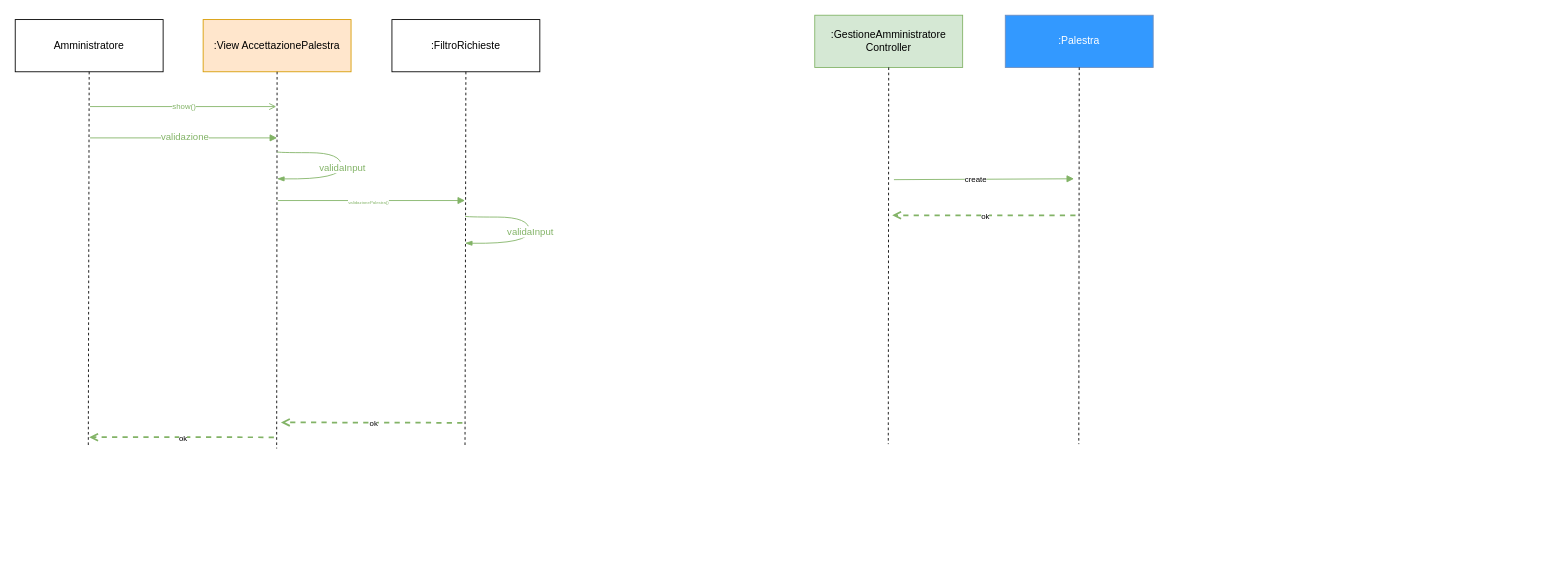
Above: Diagrammi_Sequenza/Accettazione_Palestra.drawio in JosephBoom02/Progetto_Ingegneria_del_Software (draw.io), before the change. Source tidied: cells renumbered, new cells numbered last; positions are measured from the earlier drawing's top-left corner, leaving out a move shared by most shapes. Both pictures are drawn from the tidied source at 87%, with x=0, y=0 at pixel (15, 15).
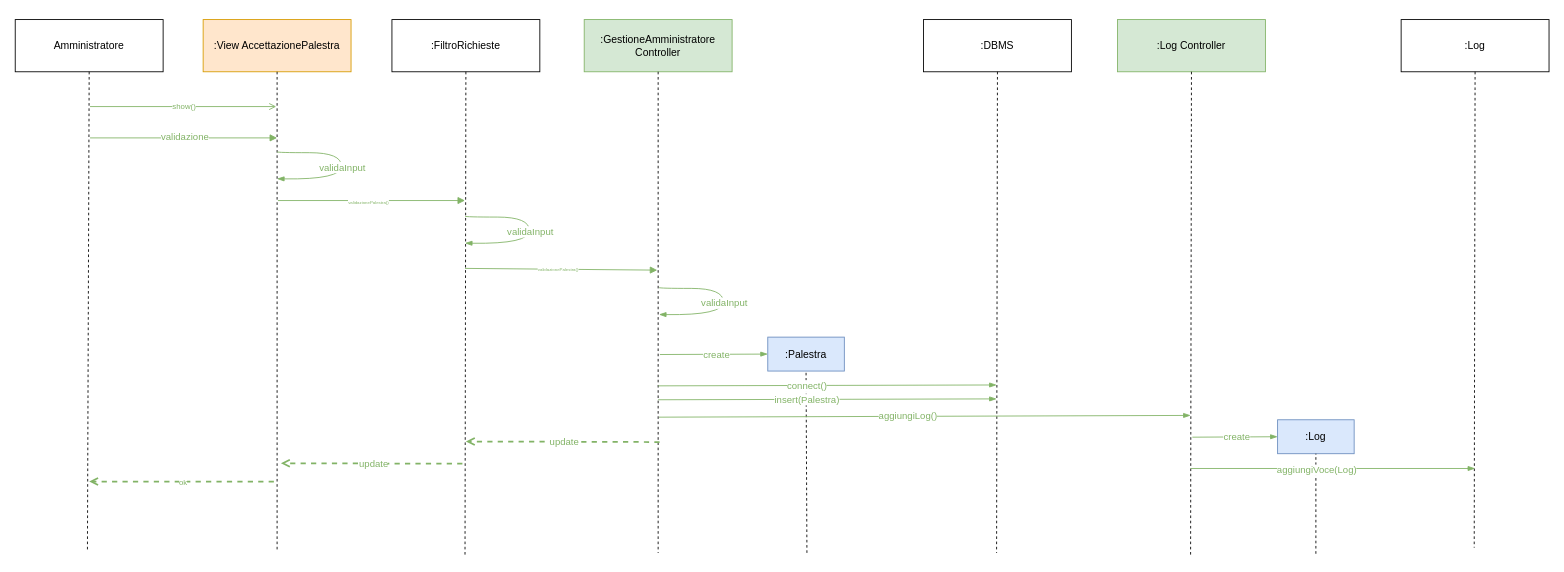
The same diagram, later.

Unchanged cells that the change refers to:
```xml
<mxCell id="2" value=":View AccettazionePalestra" style="rounded=0;whiteSpace=wrap;html=1;fillColor=#ffe6cc;strokeColor=#d79b00;" parent="1" vertex="1">
  <mxGeometry x="216" y="5" width="170" height="60" as="geometry" />
</mxCell>
<mxCell id="3" value="Amministratore" style="rounded=0;whiteSpace=wrap;html=1;" parent="1" vertex="1">
  <mxGeometry y="5" width="170" height="60" as="geometry" />
</mxCell>
<mxCell id="26" value=":FiltroRichieste" style="rounded=0;whiteSpace=wrap;html=1;" parent="1" vertex="1">
  <mxGeometry x="433" y="5" width="170" height="60" as="geometry" />
</mxCell>
```

Change to the diagram source:
```diff
@@
     <mxCell id="4" value=":GestioneAmministratore Controller" style="rounded=0;whiteSpace=wrap;html=1;fillColor=#d5e8d4;strokeColor=#82b366;" parent="1" vertex="1">
-      <mxGeometry x="919" width="170" height="60" as="geometry" />
+      <mxGeometry x="654" y="5" width="170" height="60" as="geometry" />
     </mxCell>
     <mxCell id="5" style="endArrow=none;dashed=1;html=1;rounded=0;exitX=0.5;exitY=1;exitDx=0;exitDy=0;" parent="1" edge="1" source="3">
       <mxGeometry relative="1" as="geometry">
-        <mxPoint x="84" y="494" as="targetPoint" />
+        <mxPoint x="83" y="616" as="targetPoint" />
       </mxGeometry>
     </mxCell>
     <mxCell id="6" style="endArrow=none;dashed=1;html=1;rounded=0;exitX=0.5;exitY=1;exitDx=0;exitDy=0;" parent="1" edge="1" source="2">
       <mxGeometry relative="1" as="geometry">
-        <mxPoint x="300.5" y="498" as="targetPoint" />
+        <mxPoint x="301" y="617" as="targetPoint" />
       </mxGeometry>
     </mxCell>
     <mxCell id="7" style="endArrow=none;dashed=1;html=1;rounded=0;exitX=0.5;exitY=1;exitDx=0;exitDy=0;" parent="1" edge="1" source="4">
       <mxGeometry relative="1" as="geometry">
-        <mxPoint x="1003.5" y="493" as="targetPoint" />
+        <mxPoint x="739" y="618" as="targetPoint" />
       </mxGeometry>
     </mxCell>
@@
-    <mxCell id="14" style="endArrow=block;html=1;rounded=0;endFill=1;fillColor=#d5e8d4;strokeColor=#82b366;exitX=0.5;exitY=0;exitDx=0;exitDy=0;" parent="1" edge="1">
-      <mxGeometry relative="1" as="geometry">
-        <mxPoint x="1010" y="189" as="sourcePoint" />
-        <mxPoint x="1217" y="188" as="targetPoint" />
-      </mxGeometry>
-    </mxCell>
-    <mxCell id="15" value="&lt;font style=&quot;font-size: 9px;&quot;&gt;create&lt;/font&gt;" style="edgeLabel;html=1;align=center;verticalAlign=middle;" parent="14" vertex="1">
-      <mxGeometry x="-0.09" y="1" relative="1" as="geometry" />
-    </mxCell>
-    <mxCell id="16" value="&lt;font color=&quot;#ffffff&quot;&gt;:Palestra&lt;/font&gt;" style="rounded=0;whiteSpace=wrap;html=1;fillColor=#3399FF;strokeColor=#6c8ebf;" parent="1" vertex="1">
-      <mxGeometry x="1138" width="170" height="60" as="geometry" />
-    </mxCell>
-    <mxCell id="17" style="endArrow=none;dashed=1;html=1;rounded=0;exitX=0.5;exitY=1;exitDx=0;exitDy=0;" parent="1" edge="1" source="16">
-      <mxGeometry relative="1" as="geometry">
-        <mxPoint x="1222.5" y="493" as="targetPoint" />
-      </mxGeometry>
-    </mxCell>
-    <mxCell id="18" style="endArrow=open;dashed=1;html=1;strokeWidth=2;rounded=0;fillColor=#d5e8d4;strokeColor=#82b366;endFill=0;exitX=0.679;exitY=0.933;exitDx=0;exitDy=0;exitPerimeter=0;" parent="1" edge="1">
-      <mxGeometry relative="1" as="geometry">
-        <mxPoint x="1218.7" y="230" as="sourcePoint" />
-        <mxPoint x="1008" y="230" as="targetPoint" />
-      </mxGeometry>
-    </mxCell>
-    <mxCell id="19" value="&lt;font style=&quot;font-size: 9px;&quot;&gt;ok&lt;/font&gt;" style="edgeLabel;html=1;align=center;verticalAlign=middle;" parent="18" vertex="1">
-      <mxGeometry x="-0.01" relative="1" as="geometry" />
-    </mxCell>
     <mxCell id="20" style="endArrow=open;dashed=1;html=1;strokeWidth=2;rounded=0;fillColor=#d5e8d4;strokeColor=#82b366;endFill=0;exitX=0.839;exitY=0.801;exitDx=0;exitDy=0;exitPerimeter=0;entryX=0.705;entryY=0.057;entryDx=0;entryDy=0;entryPerimeter=0;" parent="1" edge="1">
       <mxGeometry relative="1" as="geometry">
-        <mxPoint x="514" y="468.5" as="sourcePoint" />
-        <mxPoint x="305.4" y="468" as="targetPoint" />
+        <mxPoint x="514" y="515.5" as="sourcePoint" />
+        <mxPoint x="305.4" y="515" as="targetPoint" />
       </mxGeometry>
     </mxCell>
-    <mxCell id="21" value="&lt;font style=&quot;font-size: 9px;&quot;&gt;ok&lt;/font&gt;" style="edgeLabel;html=1;align=center;verticalAlign=middle;" parent="20" vertex="1">
+    <mxCell id="21" value="&lt;font color=&quot;#82b366&quot;&gt;update&lt;/font&gt;" style="edgeLabel;html=1;align=center;verticalAlign=middle;" parent="20" vertex="1">
       <mxGeometry x="-0.01" relative="1" as="geometry" />
     </mxCell>
     <mxCell id="22" style="endArrow=open;dashed=1;html=1;strokeWidth=2;rounded=0;fillColor=#d5e8d4;strokeColor=#82b366;endFill=0;exitX=0.884;exitY=0.867;exitDx=0;exitDy=0;exitPerimeter=0;" parent="1" edge="1">
       <mxGeometry relative="1" as="geometry">
-        <mxPoint x="297.3" y="485.1" as="sourcePoint" />
-        <mxPoint x="85" y="485" as="targetPoint" />
+        <mxPoint x="297.3" y="536.1" as="sourcePoint" />
+        <mxPoint x="85" y="536" as="targetPoint" />
       </mxGeometry>
     </mxCell>
-    <mxCell id="23" value="&lt;font style=&quot;font-size: 9px;&quot;&gt;ok&lt;/font&gt;" style="edgeLabel;html=1;align=center;verticalAlign=middle;" parent="22" vertex="1">
+    <mxCell id="23" value="&lt;font color=&quot;#82b366&quot; style=&quot;font-size: 9px;&quot;&gt;ok&lt;/font&gt;" style="edgeLabel;html=1;align=center;verticalAlign=middle;" parent="22" vertex="1">
       <mxGeometry x="-0.01" relative="1" as="geometry" />
     </mxCell>
@@
     <mxCell id="27" style="endArrow=none;dashed=1;html=1;rounded=0;exitX=0.5;exitY=1;exitDx=0;exitDy=0;" parent="1" edge="1" source="26">
       <mxGeometry relative="1" as="geometry">
-        <mxPoint x="517" y="494" as="targetPoint" />
+        <mxPoint x="517" y="620" as="targetPoint" />
       </mxGeometry>
     </mxCell>
@@
+    <mxCell id="30" style="endArrow=block;html=1;rounded=0;endFill=1;fillColor=#d5e8d4;strokeColor=#82b366;" parent="1" edge="1">
+      <mxGeometry relative="1" as="geometry">
+        <mxPoint x="517" y="291" as="sourcePoint" />
+        <mxPoint x="738" y="293" as="targetPoint" />
+      </mxGeometry>
+    </mxCell>
+    <mxCell id="31" value="&lt;font color=&quot;#82b366&quot; style=&quot;font-size: 5px;&quot;&gt;validazionePalestra()&lt;/font&gt;" style="edgeLabel;html=1;align=center;verticalAlign=middle;" parent="30" vertex="1">
+      <mxGeometry x="-0.04" y="1" relative="1" as="geometry" />
+    </mxCell>
+    <mxCell id="32" style="endArrow=blockThin;html=1;rounded=0;endFill=1;edgeStyle=orthogonalEdgeStyle;curved=1;fillColor=#d5e8d4;strokeColor=#82b366;" parent="1" edge="1">
+      <mxGeometry relative="1" as="geometry">
+        <mxPoint x="740" y="313" as="sourcePoint" />
+        <mxPoint x="740" y="344" as="targetPoint" />
+        <Array as="points">
+          <mxPoint x="814" y="314" />
+          <mxPoint x="814" y="345" />
+          <mxPoint x="740" y="345" />
+        </Array>
+      </mxGeometry>
+    </mxCell>
+    <mxCell id="33" value="&lt;font color=&quot;#82b366&quot;&gt;validaInput&lt;/font&gt;" style="edgeLabel;html=1;align=center;verticalAlign=middle;" parent="32" vertex="1">
+      <mxGeometry x="0.01" relative="1" as="geometry" />
+    </mxCell>
+    <mxCell id="34" value=":DBMS" style="rounded=0;whiteSpace=wrap;html=1;" parent="1" vertex="1">
+      <mxGeometry x="1044" y="5" width="170" height="60" as="geometry" />
+    </mxCell>
+    <mxCell id="35" style="endArrow=none;dashed=1;html=1;rounded=0;exitX=0.5;exitY=1;exitDx=0;exitDy=0;" parent="1" edge="1" source="34">
+      <mxGeometry relative="1" as="geometry">
+        <mxPoint x="1128" y="618" as="targetPoint" />
+      </mxGeometry>
+    </mxCell>
+    <mxCell id="36" style="endArrow=blockThin;html=1;rounded=0;endFill=1;fillColor=#d5e8d4;strokeColor=#82b366;entryX=0;entryY=0.5;entryDx=0;entryDy=0;" parent="1" edge="1" target="16">
+      <mxGeometry relative="1" as="geometry">
+        <mxPoint x="741" y="390" as="sourcePoint" />
+      </mxGeometry>
+    </mxCell>
+    <mxCell id="37" value="&lt;font color=&quot;#82b366&quot;&gt;create&lt;/font&gt;" style="edgeLabel;html=1;align=center;verticalAlign=middle;" parent="36" vertex="1">
+      <mxGeometry x="0.03" y="-1" relative="1" as="geometry" />
+    </mxCell>
+    <mxCell id="16" value=":Palestra" style="rounded=0;whiteSpace=wrap;html=1;fillColor=#dae8fc;strokeColor=#6c8ebf;" parent="1" vertex="1">
+      <mxGeometry x="865" y="370" width="88" height="39" as="geometry" />
+    </mxCell>
+    <mxCell id="38" style="endArrow=none;dashed=1;html=1;rounded=0;entryX=0.5;entryY=1;entryDx=0;entryDy=0;" parent="1" edge="1" target="16">
+      <mxGeometry relative="1" as="geometry">
+        <mxPoint x="910" y="618" as="sourcePoint" />
+      </mxGeometry>
+    </mxCell>
+    <mxCell id="39" style="endArrow=blockThin;html=1;rounded=0;endFill=1;fillColor=#d5e8d4;strokeColor=#82b366;" parent="1" edge="1">
+      <mxGeometry relative="1" as="geometry">
+        <mxPoint x="739" y="426" as="sourcePoint" />
+        <mxPoint x="1128" y="425" as="targetPoint" />
+      </mxGeometry>
+    </mxCell>
+    <mxCell id="40" value="&lt;font color=&quot;#82b366&quot;&gt;connect()&lt;/font&gt;" style="edgeLabel;html=1;align=center;verticalAlign=middle;" parent="39" vertex="1">
+      <mxGeometry x="0.03" y="-1" relative="1" as="geometry">
+        <mxPoint x="-30" y="-1" as="offset" />
+      </mxGeometry>
+    </mxCell>
+    <mxCell id="41" style="endArrow=blockThin;html=1;rounded=0;endFill=1;fillColor=#d5e8d4;strokeColor=#82b366;" parent="1" edge="1">
+      <mxGeometry relative="1" as="geometry">
+        <mxPoint x="739" y="442" as="sourcePoint" />
+        <mxPoint x="1128" y="441" as="targetPoint" />
+      </mxGeometry>
+    </mxCell>
+    <mxCell id="42" value="&lt;font color=&quot;#82b366&quot;&gt;insert(Palestra)&lt;/font&gt;" style="edgeLabel;html=1;align=center;verticalAlign=middle;" parent="41" vertex="1">
+      <mxGeometry x="0.03" y="-1" relative="1" as="geometry">
+        <mxPoint x="-30" y="-1" as="offset" />
+      </mxGeometry>
+    </mxCell>
+    <mxCell id="43" value=":Log Controller" style="rounded=0;whiteSpace=wrap;html=1;fillColor=#d5e8d4;strokeColor=#82b366;" parent="1" vertex="1">
+      <mxGeometry x="1267" y="5" width="170" height="60" as="geometry" />
+    </mxCell>
+    <mxCell id="44" style="endArrow=none;dashed=1;html=1;rounded=0;exitX=0.5;exitY=1;exitDx=0;exitDy=0;" parent="1" edge="1" source="43">
+      <mxGeometry relative="1" as="geometry">
+        <mxPoint x="1351" y="621" as="targetPoint" />
+      </mxGeometry>
+    </mxCell>
+    <mxCell id="45" style="endArrow=blockThin;html=1;rounded=0;endFill=1;fillColor=#d5e8d4;strokeColor=#82b366;" parent="1" edge="1">
+      <mxGeometry relative="1" as="geometry">
+        <mxPoint x="740" y="462" as="sourcePoint" />
+        <mxPoint x="1351" y="460" as="targetPoint" />
+      </mxGeometry>
+    </mxCell>
+    <mxCell id="46" value="&lt;font color=&quot;#82b366&quot;&gt;aggiungiLog()&lt;/font&gt;" style="edgeLabel;html=1;align=center;verticalAlign=middle;" parent="45" vertex="1">
+      <mxGeometry x="0.03" y="-1" relative="1" as="geometry">
+        <mxPoint x="-30" y="-1" as="offset" />
+      </mxGeometry>
+    </mxCell>
+    <mxCell id="47" value=":Log" style="rounded=0;whiteSpace=wrap;html=1;" parent="1" vertex="1">
+      <mxGeometry x="1593" y="5" width="170" height="60" as="geometry" />
+    </mxCell>
+    <mxCell id="48" style="endArrow=none;dashed=1;html=1;rounded=0;exitX=0.5;exitY=1;exitDx=0;exitDy=0;" parent="1" edge="1" source="47">
+      <mxGeometry relative="1" as="geometry">
+        <mxPoint x="1677" y="612" as="targetPoint" />
+      </mxGeometry>
+    </mxCell>
+    <mxCell id="49" style="endArrow=blockThin;html=1;rounded=0;endFill=1;fillColor=#d5e8d4;strokeColor=#82b366;entryX=0;entryY=0.5;entryDx=0;entryDy=0;" parent="1" edge="1" target="51">
+      <mxGeometry relative="1" as="geometry">
+        <mxPoint x="1353" y="485" as="sourcePoint" />
+      </mxGeometry>
+    </mxCell>
+    <mxCell id="50" value="&lt;font color=&quot;#82b366&quot;&gt;create&lt;/font&gt;" style="edgeLabel;html=1;align=center;verticalAlign=middle;" parent="49" vertex="1">
+      <mxGeometry x="0.05" relative="1" as="geometry" />
+    </mxCell>
+    <mxCell id="51" value=":Log" style="rounded=0;whiteSpace=wrap;html=1;fillColor=#dae8fc;strokeColor=#6c8ebf;" parent="1" vertex="1">
+      <mxGeometry x="1451" y="465" width="88" height="39" as="geometry" />
+    </mxCell>
+    <mxCell id="52" style="endArrow=none;dashed=1;html=1;rounded=0;entryX=0.5;entryY=1;entryDx=0;entryDy=0;" parent="1" edge="1" target="51">
+      <mxGeometry relative="1" as="geometry">
+        <mxPoint x="1495" y="619" as="sourcePoint" />
+      </mxGeometry>
+    </mxCell>
+    <mxCell id="53" style="endArrow=blockThin;html=1;rounded=0;endFill=1;fillColor=#d5e8d4;strokeColor=#82b366;" parent="1" edge="1">
+      <mxGeometry relative="1" as="geometry">
+        <mxPoint x="1351" y="521" as="sourcePoint" />
+        <mxPoint x="1678" y="521" as="targetPoint" />
+      </mxGeometry>
+    </mxCell>
+    <mxCell id="54" value="&lt;font color=&quot;#82b366&quot;&gt;aggiungiVoce(Log)&lt;/font&gt;" style="edgeLabel;html=1;align=center;verticalAlign=middle;" parent="53" vertex="1">
+      <mxGeometry x="0.05" relative="1" as="geometry">
+        <mxPoint x="-28" y="1" as="offset" />
+      </mxGeometry>
+    </mxCell>
+    <mxCell id="55" style="endArrow=open;dashed=1;html=1;strokeWidth=2;rounded=0;fillColor=#d5e8d4;strokeColor=#82b366;endFill=0;exitX=0.839;exitY=0.801;exitDx=0;exitDy=0;exitPerimeter=0;" parent="1" edge="1">
+      <mxGeometry relative="1" as="geometry">
+        <mxPoint x="740.6" y="490.6" as="sourcePoint" />
+        <mxPoint x="518" y="490" as="targetPoint" />
+      </mxGeometry>
+    </mxCell>
+    <mxCell id="56" value="&lt;font color=&quot;#82b366&quot;&gt;update&lt;/font&gt;" style="edgeLabel;html=1;align=center;verticalAlign=middle;" parent="55" vertex="1">
+      <mxGeometry x="-0.01" relative="1" as="geometry" />
+    </mxCell>
```
